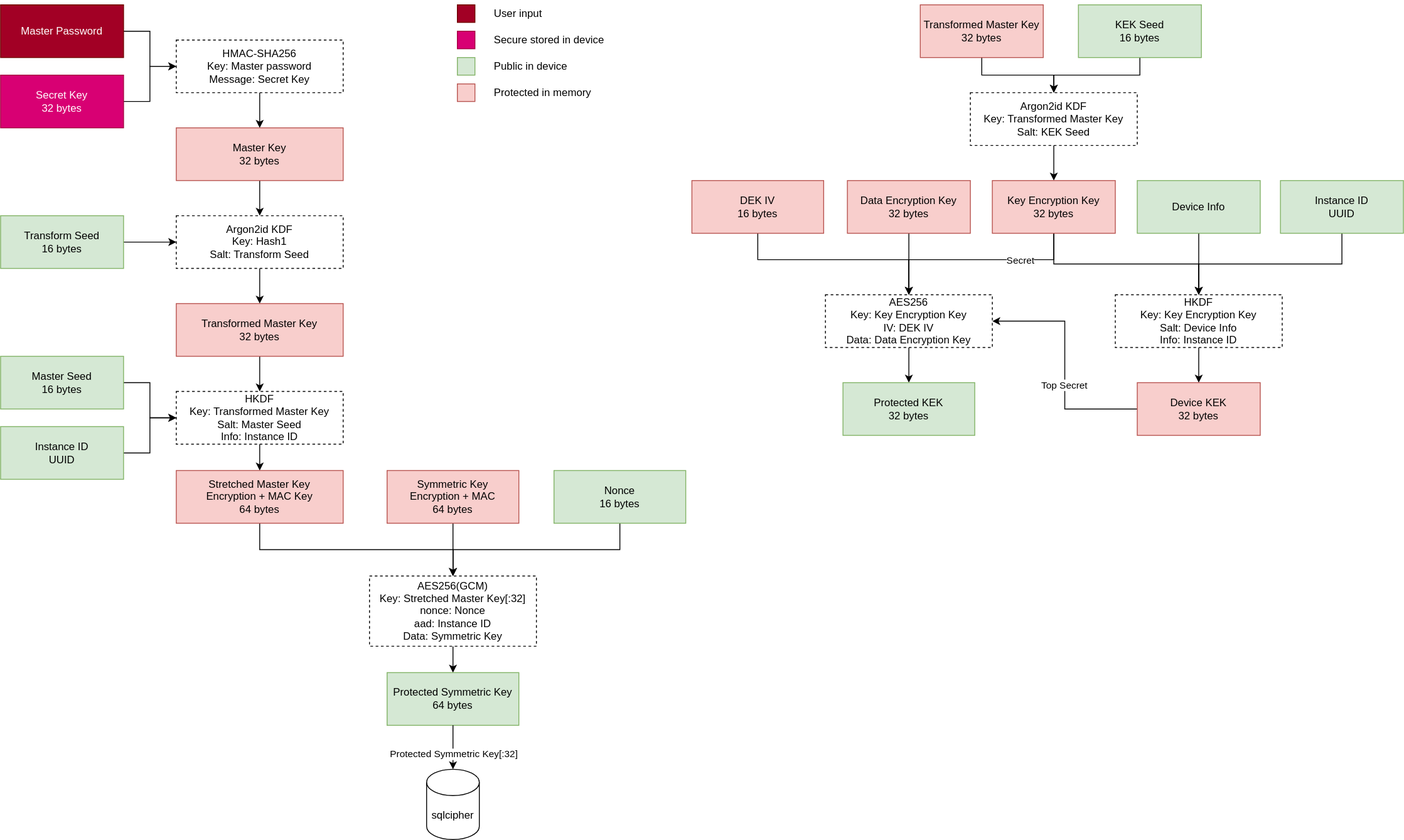
This is doc/key-derive.drawio.svg from quillgen/cryptowl, a draw.io export, as it was before one commit. Source tidied: cells renumbered, new cells last; positions are measured from the earlier drawing's top-left corner, leaving out a move shared by most shapes.
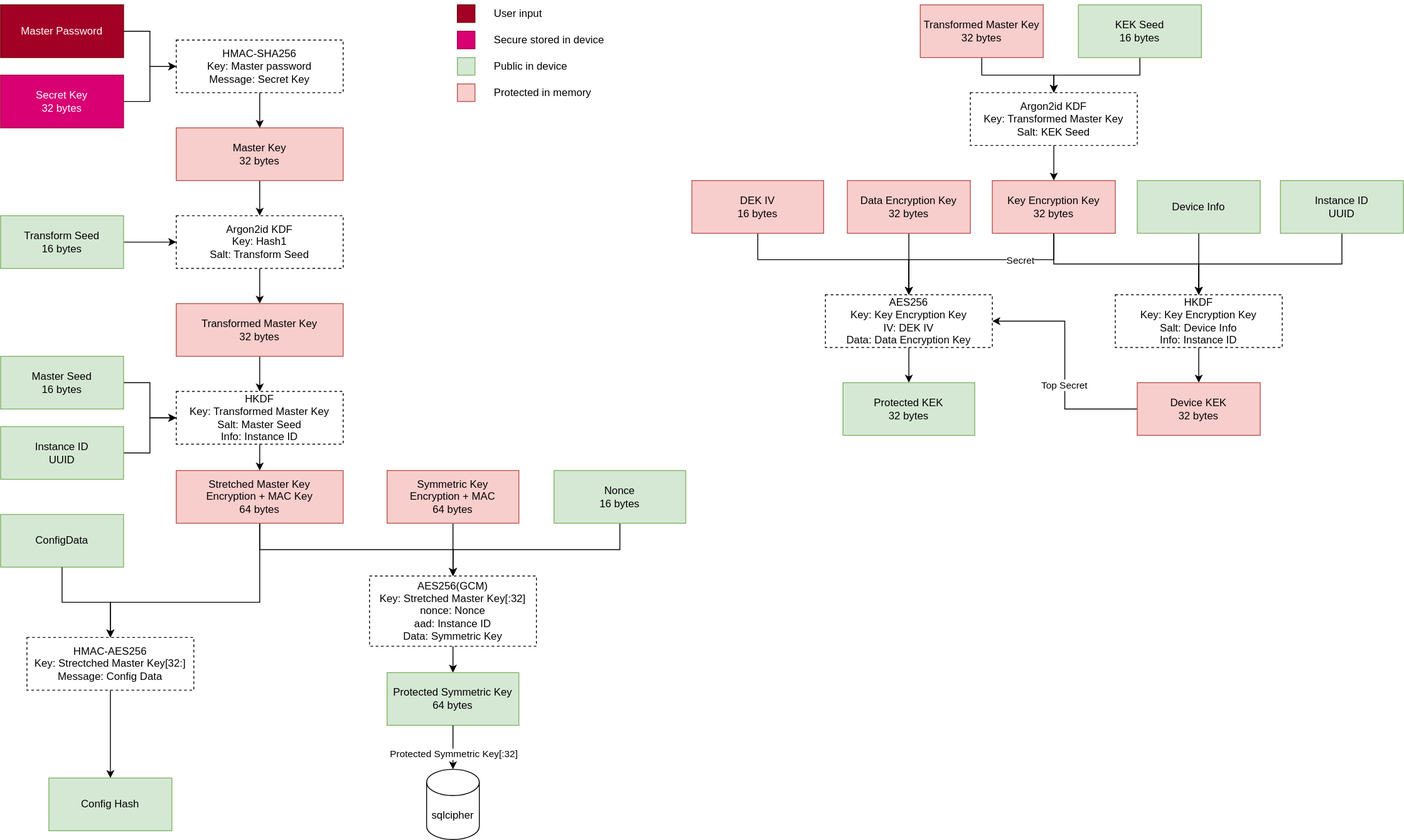
The same diagram one commit later.

Diff of the diagram source:
```diff
@@ -58,6 +58,14 @@
         </Array>
       </mxGeometry>
     </mxCell>
+    <mxCell id="68" style="edgeStyle=orthogonalEdgeStyle;rounded=0;jettySize=auto;html=1;entryX=0.5;entryY=0;entryDx=0;entryDy=0;" parent="1" edge="1" source="19" target="71">
+      <mxGeometry relative="1" as="geometry">
+        <Array as="points">
+          <mxPoint x="295" y="685" />
+          <mxPoint x="125" y="685" />
+        </Array>
+      </mxGeometry>
+    </mxCell>
     <mxCell id="19" value="Stretched Master Key&lt;div&gt;Encryption + MAC Key&lt;br&gt;&lt;div&gt;64 bytes&lt;/div&gt;&lt;/div&gt;" style="rounded=0;whiteSpace=wrap;html=1;align=center;fillColor=#f8cecc;strokeColor=#b85450;" parent="1" vertex="1">
       <mxGeometry x="200" y="535" width="190" height="60" as="geometry" />
     </mxCell>
@@ -224,5 +232,20 @@
     <mxCell id="67" value="Protected KEK&lt;div&gt;32 bytes&lt;/div&gt;" style="rounded=0;whiteSpace=wrap;html=1;align=center;fillColor=#d5e8d4;strokeColor=#82b366;" parent="1" vertex="1">
       <mxGeometry x="959" y="435" width="150" height="60" as="geometry" />
     </mxCell>
+    <mxCell id="69" value="ConfigData" style="rounded=0;whiteSpace=wrap;html=1;align=center;fillColor=#d5e8d4;strokeColor=#82b366;" parent="1" vertex="1">
+      <mxGeometry y="585" width="140" height="60" as="geometry" />
+    </mxCell>
+    <mxCell id="70" style="edgeStyle=orthogonalEdgeStyle;rounded=0;jettySize=auto;html=1;" parent="1" edge="1" source="71" target="72">
+      <mxGeometry relative="1" as="geometry" />
+    </mxCell>
+    <mxCell id="71" value="HMAC-AES256&lt;div&gt;Key: Strectched Master Key[32:]&lt;/div&gt;&lt;div&gt;Message: Config Data&lt;/div&gt;" style="rounded=0;whiteSpace=wrap;html=1;align=center;dashed=1;" parent="1" vertex="1">
+      <mxGeometry x="30" y="725" width="190" height="60" as="geometry" />
+    </mxCell>
+    <mxCell id="72" value="Config Hash" style="rounded=0;whiteSpace=wrap;html=1;align=center;fillColor=#d5e8d4;strokeColor=#82b366;" parent="1" vertex="1">
+      <mxGeometry x="55" y="885" width="140" height="60" as="geometry" />
+    </mxCell>
+    <mxCell id="73" style="edgeStyle=orthogonalEdgeStyle;rounded=0;jettySize=auto;html=1;entryX=0.5;entryY=0;entryDx=0;entryDy=0;" parent="1" edge="1" source="69" target="71">
+      <mxGeometry relative="1" as="geometry" />
+    </mxCell>
   </root>
 </mxGraphModel>
```
